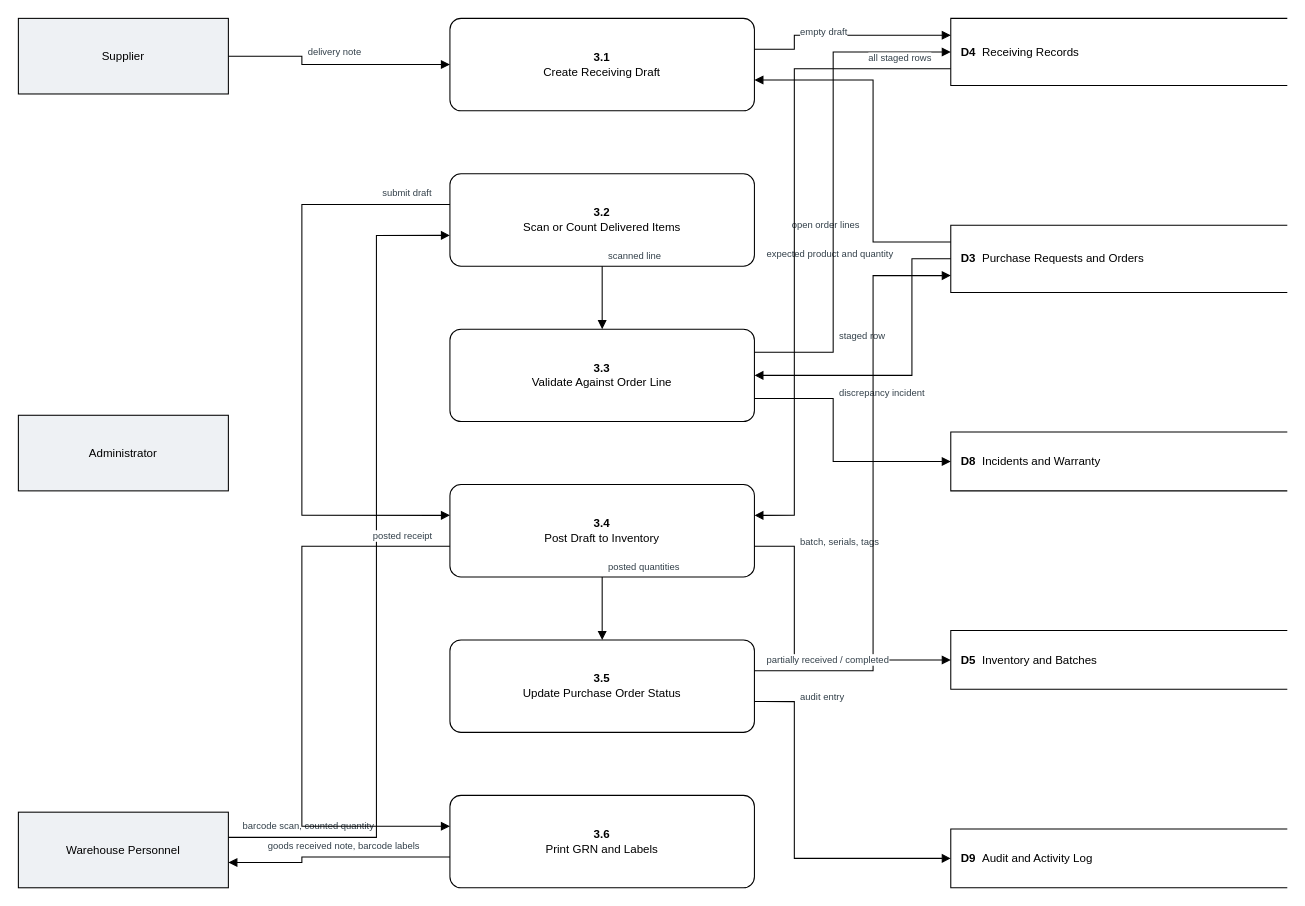
Above: docs/dfd-drawio-single/Level-2-Process-3-0-Receiving.drawio in GROUP34-AirkingCapsProj/group34 (draw.io), before the change. Source tidied: cells renumbered, new cells numbered last; positions are measured from the earlier drawing's top-left corner, leaving out a move shared by most shapes. Both pictures are drawn from the tidied source at 105%, with x=0, y=0 at pixel (18, 18).
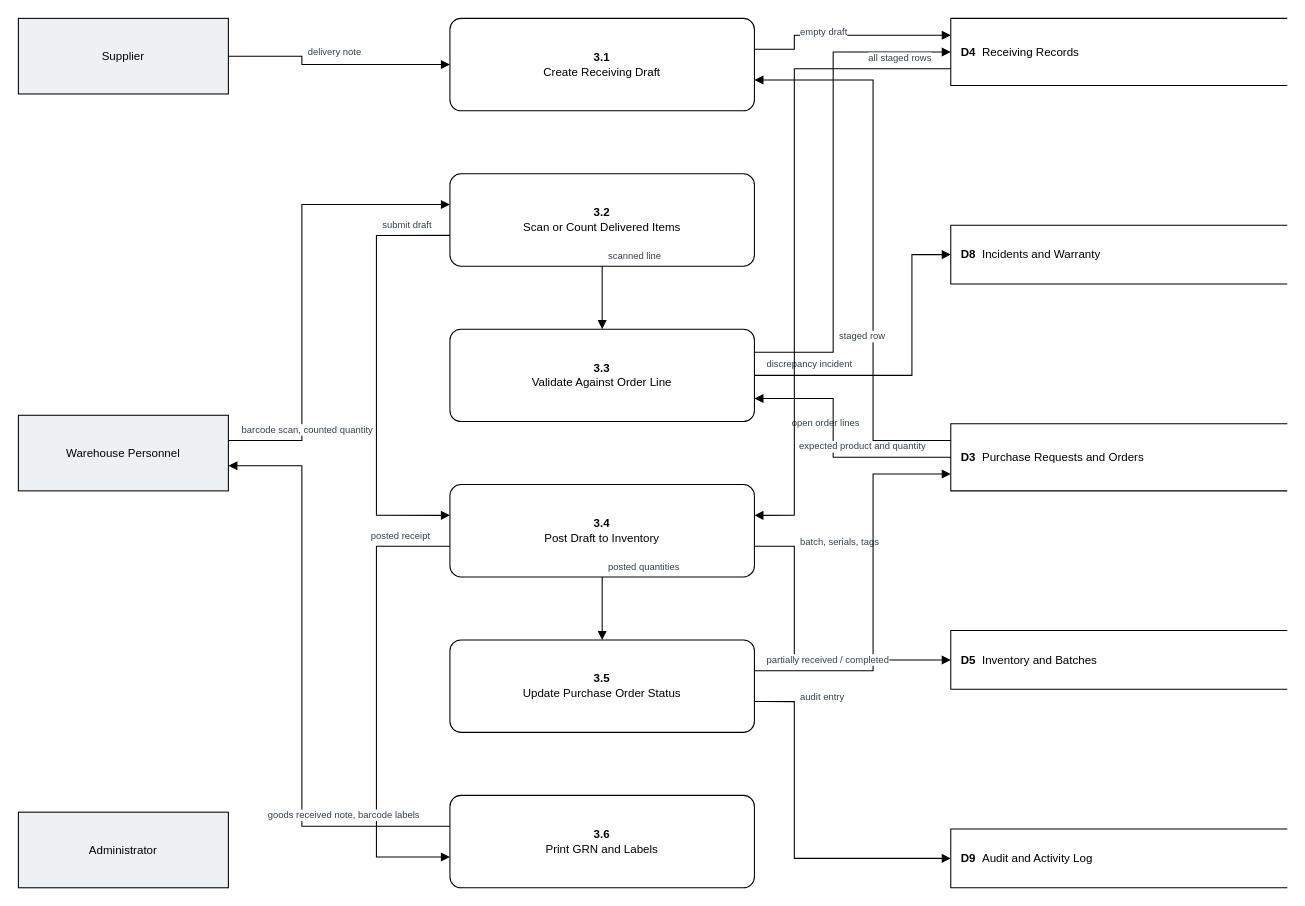
The same diagram, later.

The change refers to these unchanged cells:
```xml
<mxCell id="10" value="&lt;b&gt;3.1&lt;/b&gt;&lt;br&gt;Create Receiving Draft" style="rounded=1;arcSize=12;whiteSpace=wrap;html=1;fillColor=#ffffff;strokeColor=#000000;fontColor=#000000;fontSize=11;verticalAlign=middle;" parent="1" vertex="1">
  <mxGeometry x="411" width="290" height="88" as="geometry" />
</mxCell>
<mxCell id="11" value="&lt;b&gt;3.2&lt;/b&gt;&lt;br&gt;Scan or Count Delivered Items" style="rounded=1;arcSize=12;whiteSpace=wrap;html=1;fillColor=#ffffff;strokeColor=#000000;fontColor=#000000;fontSize=11;verticalAlign=middle;" parent="1" vertex="1">
  <mxGeometry x="411" y="148" width="290" height="88" as="geometry" />
</mxCell>
<mxCell id="12" value="&lt;b&gt;3.3&lt;/b&gt;&lt;br&gt;Validate Against Order Line" style="rounded=1;arcSize=12;whiteSpace=wrap;html=1;fillColor=#ffffff;strokeColor=#000000;fontColor=#000000;fontSize=11;verticalAlign=middle;" parent="1" vertex="1">
  <mxGeometry x="411" y="296" width="290" height="88" as="geometry" />
</mxCell>
<mxCell id="13" value="&lt;b&gt;3.4&lt;/b&gt;&lt;br&gt;Post Draft to Inventory" style="rounded=1;arcSize=12;whiteSpace=wrap;html=1;fillColor=#ffffff;strokeColor=#000000;fontColor=#000000;fontSize=11;verticalAlign=middle;" parent="1" vertex="1">
  <mxGeometry x="411" y="444" width="290" height="88" as="geometry" />
</mxCell>
<mxCell id="14" value="&lt;b&gt;3.5&lt;/b&gt;&lt;br&gt;Update Purchase Order Status" style="rounded=1;arcSize=12;whiteSpace=wrap;html=1;fillColor=#ffffff;strokeColor=#000000;fontColor=#000000;fontSize=11;verticalAlign=middle;" parent="1" vertex="1">
  <mxGeometry x="411" y="592" width="290" height="88" as="geometry" />
</mxCell>
<mxCell id="15" value="&lt;b&gt;3.6&lt;/b&gt;&lt;br&gt;Print GRN and Labels" style="rounded=1;arcSize=12;whiteSpace=wrap;html=1;fillColor=#ffffff;strokeColor=#000000;fontColor=#000000;fontSize=11;verticalAlign=middle;" parent="1" vertex="1">
  <mxGeometry x="411" y="740" width="290" height="88" as="geometry" />
</mxCell>
```

Change to the diagram source:
```diff
@@
+    <mxCell id="4" value="Warehouse Personnel" style="rounded=0;whiteSpace=wrap;html=1;fillColor=#eef1f4;strokeColor=#000000;fontColor=#000000;fontSize=11;" parent="1" vertex="1">
+      <mxGeometry y="378" width="200" height="72" as="geometry" />
+    </mxCell>
     <mxCell id="3" value="Administrator" style="rounded=0;whiteSpace=wrap;html=1;fillColor=#eef1f4;strokeColor=#000000;fontColor=#000000;fontSize=11;" parent="1" vertex="1">
-      <mxGeometry y="378" width="200" height="72" as="geometry" />
+      <mxGeometry y="756" width="200" height="72" as="geometry" />
     </mxCell>
-    <mxCell id="4" value="Warehouse Personnel" style="rounded=0;whiteSpace=wrap;html=1;fillColor=#eef1f4;strokeColor=#000000;fontColor=#000000;fontSize=11;" parent="1" vertex="1">
-      <mxGeometry y="756" width="200" height="72" as="geometry" />
-    </mxCell>
@@
+    <mxCell id="7" value="&lt;b&gt;D8&lt;/b&gt;&amp;nbsp;&amp;nbsp;Incidents and Warranty" style="shape=partialRectangle;right=0;whiteSpace=wrap;html=1;fillColor=#ffffff;strokeColor=#000000;fontColor=#000000;fontSize=11;align=left;spacingLeft=8;" parent="1" vertex="1">
+      <mxGeometry x="888" y="197" width="320" height="56" as="geometry" />
+    </mxCell>
     <mxCell id="6" value="&lt;b&gt;D3&lt;/b&gt;&amp;nbsp;&amp;nbsp;Purchase Requests and Orders" style="shape=partialRectangle;right=0;whiteSpace=wrap;html=1;fillColor=#ffffff;strokeColor=#000000;fontColor=#000000;fontSize=11;align=left;spacingLeft=8;" parent="1" vertex="1">
-      <mxGeometry x="888" y="197" width="320" height="64" as="geometry" />
+      <mxGeometry x="888" y="386" width="320" height="64" as="geometry" />
     </mxCell>
-    <mxCell id="7" value="&lt;b&gt;D8&lt;/b&gt;&amp;nbsp;&amp;nbsp;Incidents and Warranty" style="shape=partialRectangle;right=0;whiteSpace=wrap;html=1;fillColor=#ffffff;strokeColor=#000000;fontColor=#000000;fontSize=11;align=left;spacingLeft=8;" parent="1" vertex="1">
-      <mxGeometry x="888" y="394" width="320" height="56" as="geometry" />
-    </mxCell>
@@
     <mxCell id="17" value="open order lines" style="edgeStyle=orthogonalEdgeStyle;rounded=0;html=1;strokeColor=#000000;fontColor=#33404a;fontSize=9;endArrow=block;endFill=1;labelBackgroundColor=#ffffff;align=left;verticalAlign=bottom;exitX=0.0000;exitY=0.2500;exitDx=0;exitDy=0;entryX=1.0000;entryY=0.6667;entryDx=0;entryDy=0;" parent="1" edge="1" source="6" target="10">
-      <mxGeometry x="-0.53" relative="1" as="geometry">
+      <mxGeometry x="-0.7" relative="1" as="geometry">
         <Array as="points">
-          <mxPoint x="814" y="213" />
+          <mxPoint x="814" y="402" />
           <mxPoint x="814" y="59" />
         </Array>
         <mxPoint x="-79" y="-2" as="offset" />
       </mxGeometry>
     </mxCell>
@@
-    <mxCell id="19" value="barcode scan, counted quantity" style="edgeStyle=orthogonalEdgeStyle;rounded=0;html=1;strokeColor=#000000;fontColor=#33404a;fontSize=9;endArrow=block;endFill=1;labelBackgroundColor=#ffffff;align=left;verticalAlign=bottom;exitX=1.0000;exitY=0.3333;exitDx=0;exitDy=0;entryX=0.0000;entryY=0.6667;entryDx=0;entryDy=0;" parent="1" edge="1" source="4" target="11">
-      <mxGeometry x="-0.98" relative="1" as="geometry">
+    <mxCell id="19" value="barcode scan, counted quantity" style="edgeStyle=orthogonalEdgeStyle;rounded=0;html=1;strokeColor=#000000;fontColor=#33404a;fontSize=9;endArrow=block;endFill=1;labelBackgroundColor=#ffffff;align=left;verticalAlign=bottom;exitX=1.0000;exitY=0.3333;exitDx=0;exitDy=0;entryX=0.0000;entryY=0.3333;entryDx=0;entryDy=0;" parent="1" edge="1" source="4" target="11">
+      <mxGeometry x="-0.97" relative="1" as="geometry">
         <Array as="points">
-          <mxPoint x="341" y="780" />
-          <mxPoint x="341" y="207" />
+          <mxPoint x="270" y="402" />
+          <mxPoint x="270" y="177" />
         </Array>
         <mxPoint x="4" y="-2" as="offset" />
       </mxGeometry>
     </mxCell>
@@
-    <mxCell id="21" value="expected product and quantity" style="edgeStyle=orthogonalEdgeStyle;rounded=0;html=1;strokeColor=#000000;fontColor=#33404a;fontSize=9;endArrow=block;endFill=1;labelBackgroundColor=#ffffff;align=left;verticalAlign=bottom;exitX=0.0000;exitY=0.5000;exitDx=0;exitDy=0;entryX=1.0000;entryY=0.5000;entryDx=0;entryDy=0;" parent="1" edge="1" source="6" target="12">
-      <mxGeometry x="-0.71" relative="1" as="geometry">
+    <mxCell id="21" value="expected product and quantity" style="edgeStyle=orthogonalEdgeStyle;rounded=0;html=1;strokeColor=#000000;fontColor=#33404a;fontSize=9;endArrow=block;endFill=1;labelBackgroundColor=#ffffff;align=left;verticalAlign=bottom;exitX=0.0000;exitY=0.5000;exitDx=0;exitDy=0;entryX=1.0000;entryY=0.7500;entryDx=0;entryDy=0;" parent="1" edge="1" source="6" target="12">
+      <mxGeometry x="-0.95" relative="1" as="geometry">
         <Array as="points">
-          <mxPoint x="851" y="229" />
-          <mxPoint x="851" y="340" />
+          <mxPoint x="776" y="418" />
+          <mxPoint x="776" y="362" />
         </Array>
         <mxPoint x="-140" y="-2" as="offset" />
       </mxGeometry>
     </mxCell>
-    <mxCell id="22" value="discrepancy incident" style="edgeStyle=orthogonalEdgeStyle;rounded=0;html=1;strokeColor=#000000;fontColor=#33404a;fontSize=9;endArrow=block;endFill=1;labelBackgroundColor=#ffffff;align=left;verticalAlign=bottom;exitX=1.0000;exitY=0.7500;exitDx=0;exitDy=0;entryX=0.0000;entryY=0.5000;entryDx=0;entryDy=0;" parent="1" edge="1" source="12" target="7">
-      <mxGeometry x="-0.35" relative="1" as="geometry">
+    <mxCell id="22" value="discrepancy incident" style="edgeStyle=orthogonalEdgeStyle;rounded=0;html=1;strokeColor=#000000;fontColor=#33404a;fontSize=9;endArrow=block;endFill=1;labelBackgroundColor=#ffffff;align=left;verticalAlign=bottom;exitX=1.0000;exitY=0.5000;exitDx=0;exitDy=0;entryX=0.0000;entryY=0.5000;entryDx=0;entryDy=0;" parent="1" edge="1" source="12" target="7">
+      <mxGeometry x="-0.96" relative="1" as="geometry">
         <Array as="points">
-          <mxPoint x="776" y="362" />
-          <mxPoint x="776" y="422" />
+          <mxPoint x="851" y="340" />
+          <mxPoint x="851" y="225" />
         </Array>
         <mxPoint x="4" y="-2" as="offset" />
       </mxGeometry>
     </mxCell>
@@
-    <mxCell id="24" value="submit draft" style="edgeStyle=orthogonalEdgeStyle;rounded=0;html=1;strokeColor=#000000;fontColor=#33404a;fontSize=9;endArrow=block;endFill=1;labelBackgroundColor=#ffffff;align=left;verticalAlign=bottom;exitX=0.0000;exitY=0.3333;exitDx=0;exitDy=0;entryX=0.0000;entryY=0.3333;entryDx=0;entryDy=0;" parent="1" edge="1" source="11" target="13">
-      <mxGeometry x="-0.98" relative="1" as="geometry">
+    <mxCell id="24" value="submit draft" style="edgeStyle=orthogonalEdgeStyle;rounded=0;html=1;strokeColor=#000000;fontColor=#33404a;fontSize=9;endArrow=block;endFill=1;labelBackgroundColor=#ffffff;align=left;verticalAlign=bottom;exitX=0.0000;exitY=0.6667;exitDx=0;exitDy=0;entryX=0.0000;entryY=0.3333;entryDx=0;entryDy=0;" parent="1" edge="1" source="11" target="13">
+      <mxGeometry x="-0.97" relative="1" as="geometry">
         <Array as="points">
-          <mxPoint x="270" y="177" />
-          <mxPoint x="270" y="473" />
+          <mxPoint x="341" y="207" />
+          <mxPoint x="341" y="473" />
         </Array>
         <mxPoint x="-60" y="-2" as="offset" />
       </mxGeometry>
     </mxCell>
@@
     <mxCell id="28" value="partially received / completed" style="edgeStyle=orthogonalEdgeStyle;rounded=0;html=1;strokeColor=#000000;fontColor=#33404a;fontSize=9;endArrow=block;endFill=1;labelBackgroundColor=#ffffff;align=left;verticalAlign=bottom;exitX=1.0000;exitY=0.3333;exitDx=0;exitDy=0;entryX=0.0000;entryY=0.7500;entryDx=0;entryDy=0;" parent="1" edge="1" source="14" target="6">
-      <mxGeometry x="-0.98" relative="1" as="geometry">
+      <mxGeometry x="-0.97" relative="1" as="geometry">
         <Array as="points">
           <mxPoint x="814" y="621" />
-          <mxPoint x="814" y="245" />
+          <mxPoint x="814" y="434" />
         </Array>
         <mxPoint x="4" y="-2" as="offset" />
       </mxGeometry>
     </mxCell>
@@
-    <mxCell id="30" value="posted receipt" style="edgeStyle=orthogonalEdgeStyle;rounded=0;html=1;strokeColor=#000000;fontColor=#33404a;fontSize=9;endArrow=block;endFill=1;labelBackgroundColor=#ffffff;align=left;verticalAlign=bottom;exitX=0.0000;exitY=0.6667;exitDx=0;exitDy=0;entryX=0.0000;entryY=0.3333;entryDx=0;entryDy=0;" parent="1" edge="1" source="13" target="15">
-      <mxGeometry x="-0.98" relative="1" as="geometry">
+    <mxCell id="30" value="posted receipt" style="edgeStyle=orthogonalEdgeStyle;rounded=0;html=1;strokeColor=#000000;fontColor=#33404a;fontSize=9;endArrow=block;endFill=1;labelBackgroundColor=#ffffff;align=left;verticalAlign=bottom;exitX=0.0000;exitY=0.6667;exitDx=0;exitDy=0;entryX=0.0000;entryY=0.6667;entryDx=0;entryDy=0;" parent="1" edge="1" source="13" target="15">
+      <mxGeometry x="-0.97" relative="1" as="geometry">
         <Array as="points">
-          <mxPoint x="270" y="503" />
-          <mxPoint x="270" y="769" />
+          <mxPoint x="341" y="503" />
+          <mxPoint x="341" y="799" />
         </Array>
         <mxPoint x="-70" y="-2" as="offset" />
       </mxGeometry>
     </mxCell>
-    <mxCell id="31" value="goods received note, barcode labels" style="edgeStyle=orthogonalEdgeStyle;rounded=0;html=1;strokeColor=#000000;fontColor=#33404a;fontSize=9;endArrow=block;endFill=1;labelBackgroundColor=#ffffff;align=left;verticalAlign=bottom;exitX=0.0000;exitY=0.6667;exitDx=0;exitDy=0;entryX=1.0000;entryY=0.6667;entryDx=0;entryDy=0;" parent="1" edge="1" source="15" target="4">
-      <mxGeometry x="-0.94" relative="1" as="geometry">
+    <mxCell id="31" value="goods received note, barcode labels" style="edgeStyle=orthogonalEdgeStyle;rounded=0;html=1;strokeColor=#000000;fontColor=#33404a;fontSize=9;endArrow=block;endFill=1;labelBackgroundColor=#ffffff;align=left;verticalAlign=bottom;exitX=0.0000;exitY=0.3333;exitDx=0;exitDy=0;entryX=1.0000;entryY=0.6667;entryDx=0;entryDy=0;" parent="1" edge="1" source="15" target="4">
+      <mxGeometry x="-0.98" relative="1" as="geometry">
         <Array as="points">
-          <mxPoint x="270" y="799" />
-          <mxPoint x="270" y="804" />
+          <mxPoint x="270" y="769" />
+          <mxPoint x="270" y="426" />
         </Array>
         <mxPoint x="-169" y="-2" as="offset" />
       </mxGeometry>
     </mxCell>
```
